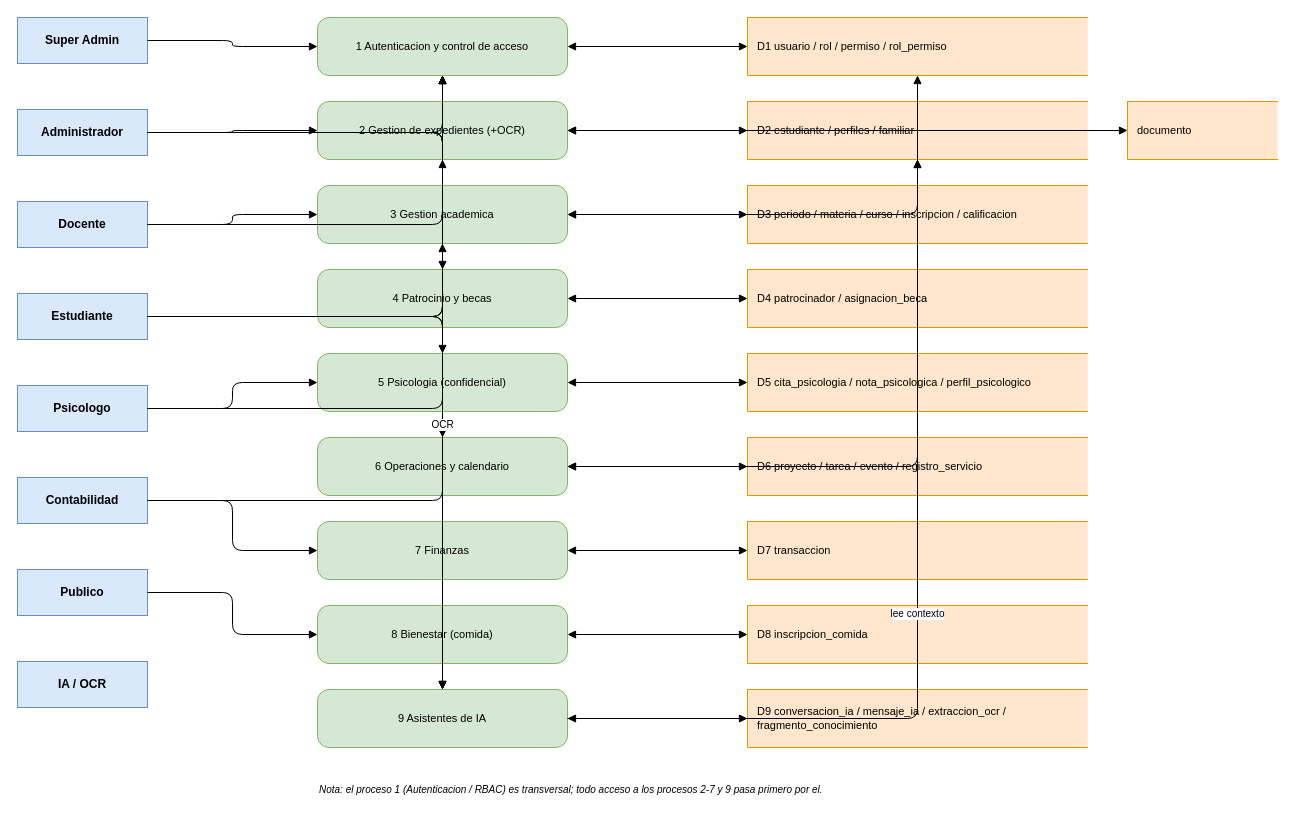
This is page "DFD Nivel 1 - Procesos y almacenes" (2 of 5) of docs/04-modelo-de-datos/diagrama-flujo-datos.drawio from Dauris11/global-effect-nexus-v2, a draw.io file, before an edit. Source tidied: cells renumbered, new cells numbered last; positions are measured from the earlier drawing's top-left corner, leaving out a move shared by most shapes. Both pictures are drawn from the tidied source at 100%, with x=0, y=0 at pixel (17, 17).
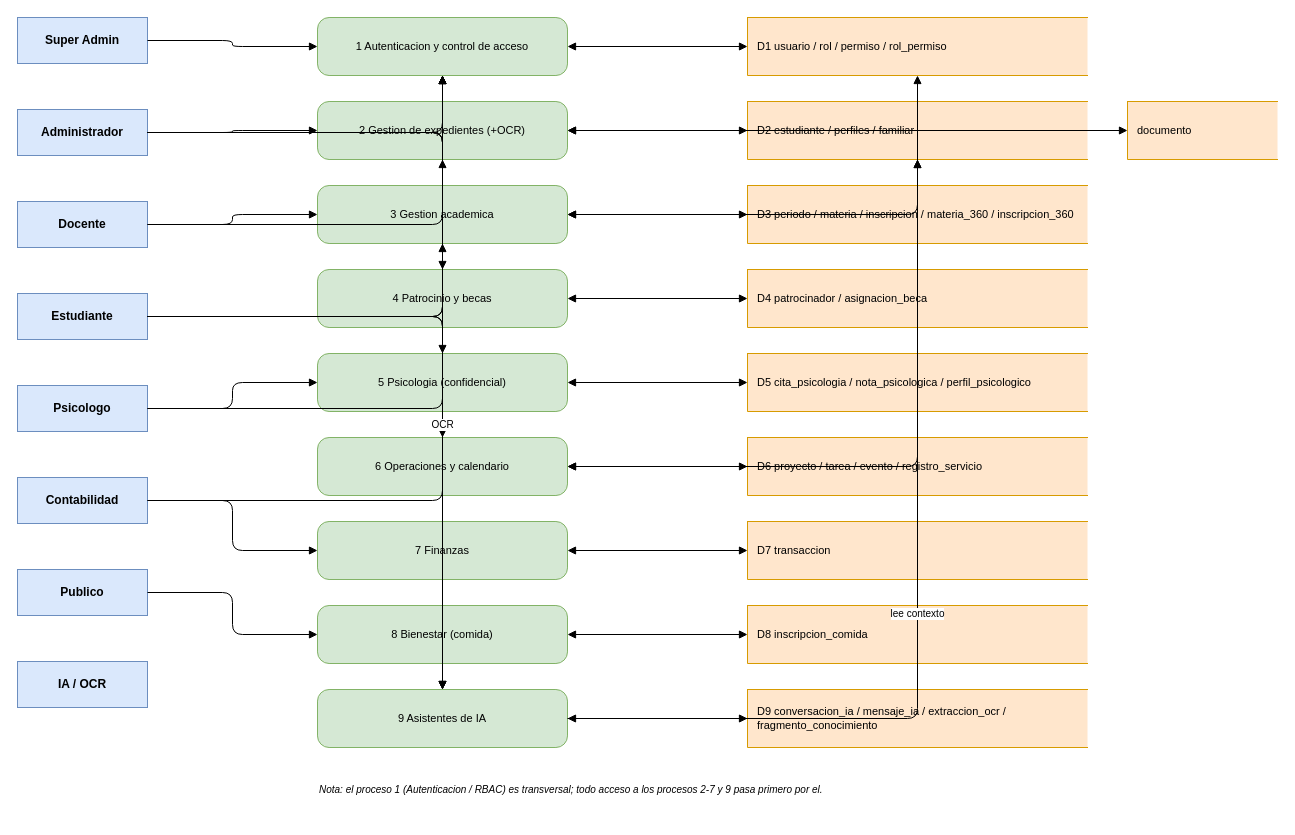
Above is the later version.

Change to the diagram source:
```diff
@@
-    <mxCell id="21" value="D3  periodo / materia / curso / inscripcion / calificacion" style="shape=partialRectangle;whiteSpace=wrap;html=1;top=1;bottom=1;left=1;right=0;fillColor=#ffe6cc;strokeColor=#d79b00;fontSize=11;align=left;spacingLeft=8;" parent="1" vertex="1">
+    <mxCell id="21" value="D3  periodo / materia / inscripcion / materia_360 / inscripcion_360" style="shape=partialRectangle;whiteSpace=wrap;html=1;top=1;bottom=1;left=1;right=0;fillColor=#ffe6cc;strokeColor=#d79b00;fontSize=11;align=left;spacingLeft=8;" parent="1" vertex="1">
       <mxGeometry x="730" y="168" width="340" height="58" as="geometry" />
     </mxCell>
```
